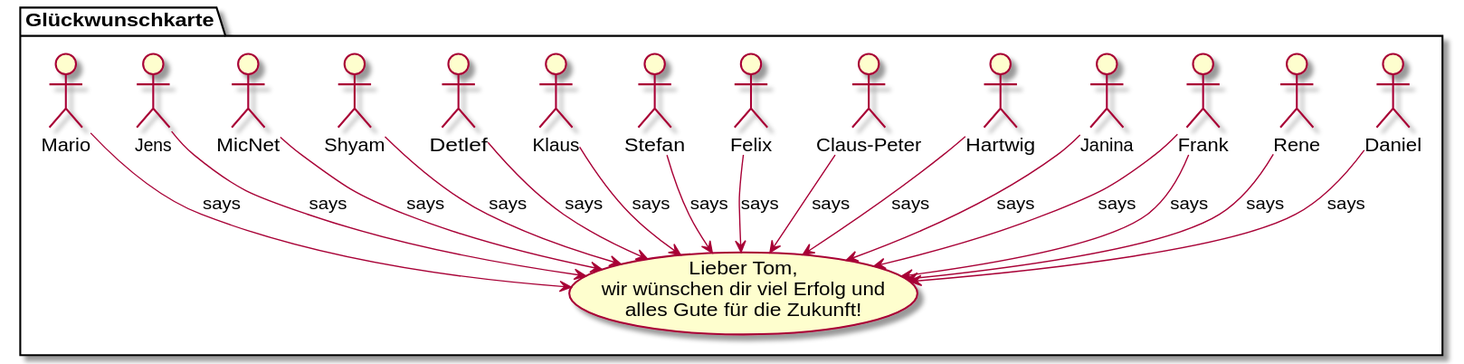
This is rendered/greetings.svg from dkliem/alles-gute-tom, a PlantUML export, as it was before one commit.
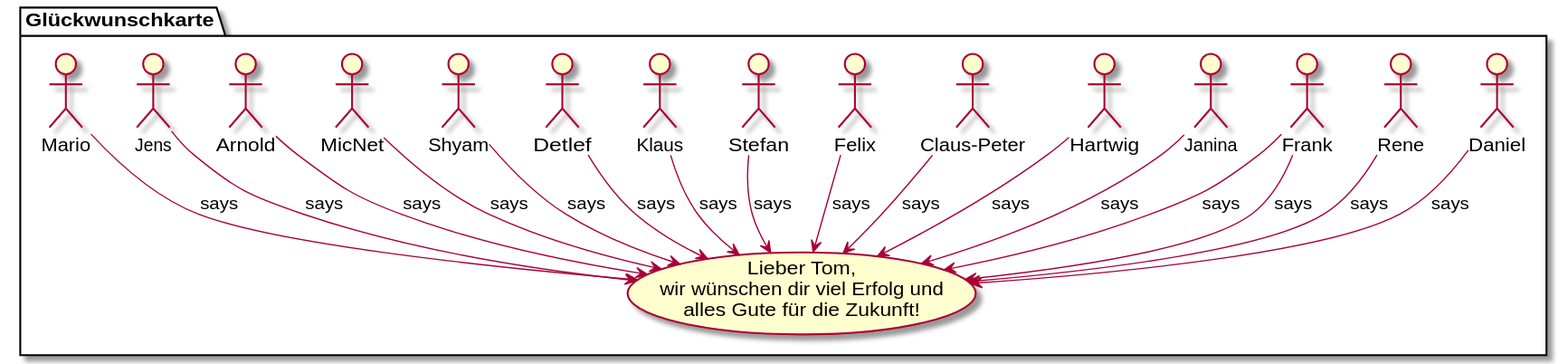
Later version of the same file.

What changed in the source:
```diff
@@ -19,8 +19,10 @@
     :Shyam: --> goodbye: says
     :MicNet: --> goodbye: says
     :Frank: --> goodbye: says
+    :Arnold: --> goodbye: says
     :Jens: --> goodbye: says
     :Mario: --> goodbye: says
 
+
 }
 @enduml
```
